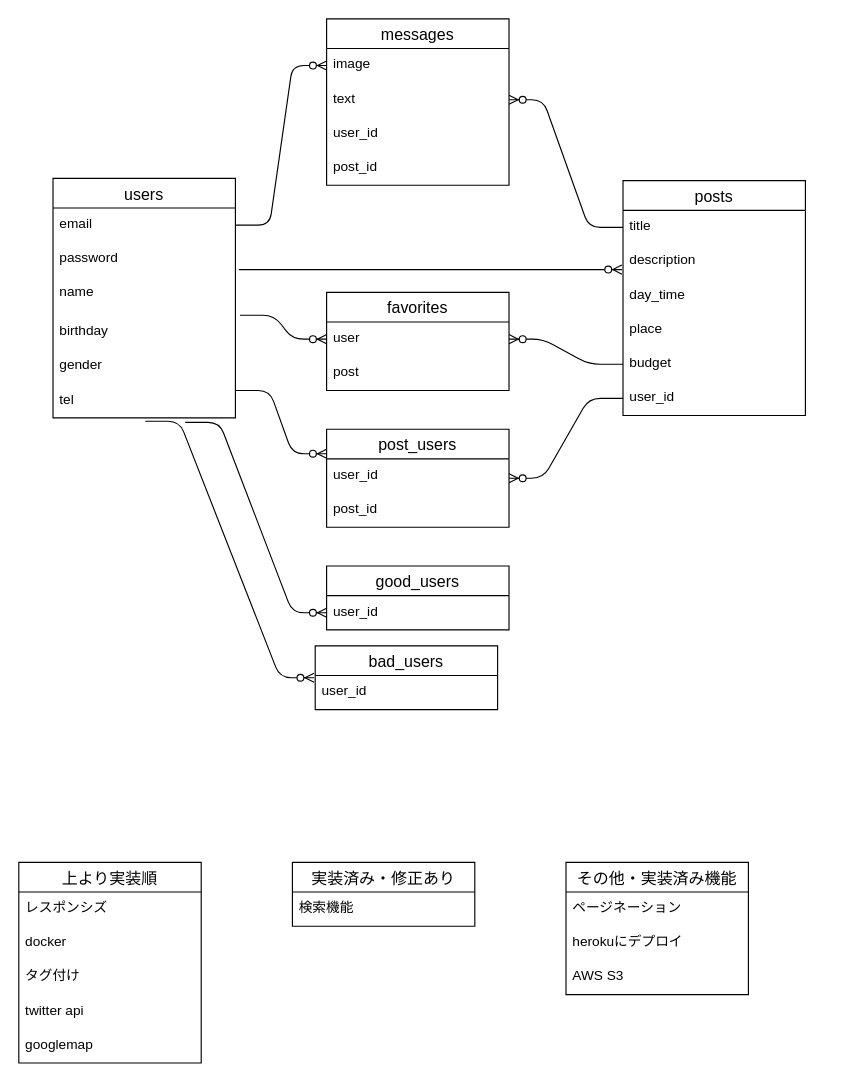
Before: oriapp2.dio in koyama1058/oriapp, a draw.io diagram. Source tidied: cells renumbered, new cells numbered last; positions are measured from the earlier drawing's top-left corner, leaving out a move shared by most shapes. Both pictures are drawn from the tidied source at 114%, with x=0, y=0 at pixel (18, 18).
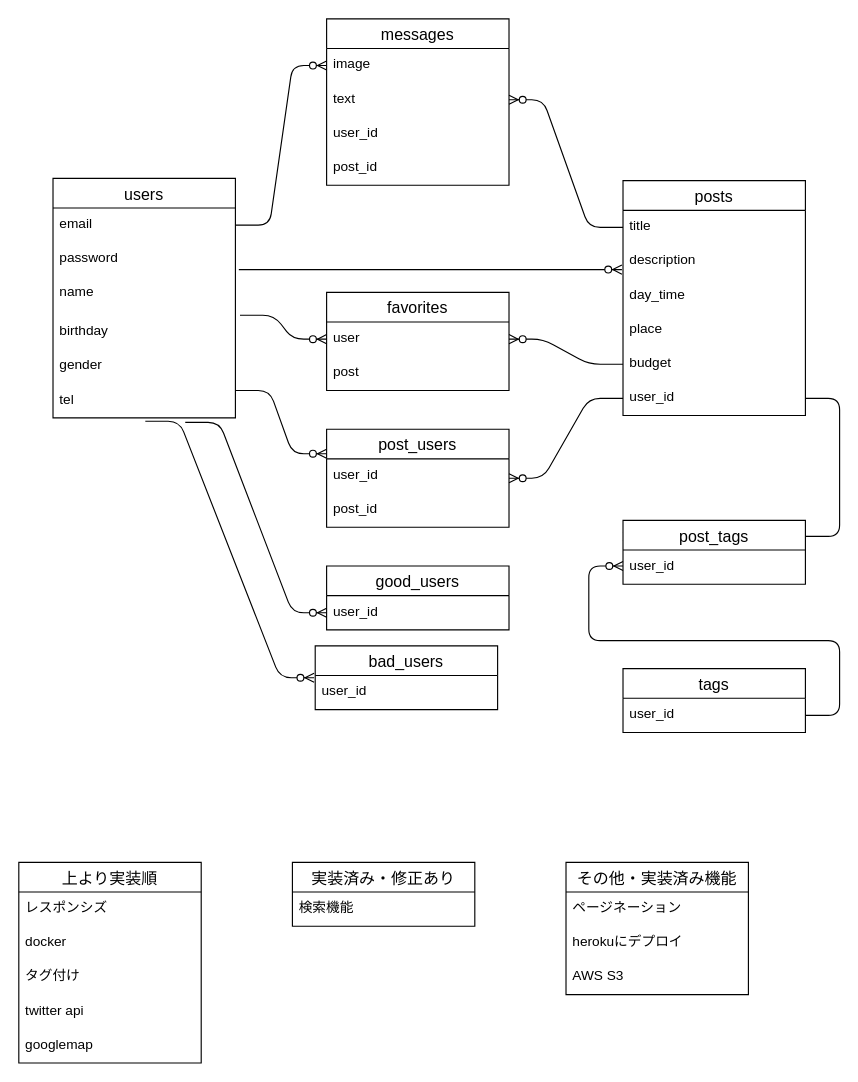
The same page after the edit.

Unchanged cells that the change refers to:
```xml
<mxCell id="28" value="user_id&#10;" style="text;strokeColor=none;fillColor=none;spacingLeft=4;spacingRight=4;overflow=hidden;points=[[0,0.5],[1,0.5]];portConstraint=eastwest;fontSize=12;" parent="22" vertex="1">
  <mxGeometry y="176" width="160" height="30" as="geometry" />
</mxCell>
```

Change to the diagram source:
```diff
@@
+    <mxCell id="52" style="edgeStyle=entityRelationEdgeStyle;fontSize=12;html=1;endArrow=ERzeroToMany;endFill=1;entryX=0;entryY=0.25;entryDx=0;entryDy=0;" parent="1" edge="1" source="28" target="53">
+      <mxGeometry relative="1" as="geometry" />
+    </mxCell>
+    <mxCell id="53" value="post_tags" style="swimlane;fontStyle=0;horizontal=1;startSize=26;align=center;fontSize=14;" parent="1" vertex="1">
+      <mxGeometry x="530" y="440" width="160" height="56" as="geometry" />
+    </mxCell>
+    <mxCell id="54" value="user_id" style="text;strokeColor=none;fillColor=none;spacingLeft=4;spacingRight=4;overflow=hidden;fontSize=12;" parent="53" vertex="1">
+      <mxGeometry y="26" width="160" height="30" as="geometry" />
+    </mxCell>
+    <mxCell id="55" style="edgeStyle=entityRelationEdgeStyle;fontSize=12;html=1;endArrow=ERzeroToMany;endFill=1;exitX=1;exitY=0.5;exitDx=0;exitDy=0;" parent="53" edge="1" source="57">
+      <mxGeometry relative="1" as="geometry">
+        <mxPoint y="40" as="targetPoint" />
+      </mxGeometry>
+    </mxCell>
+    <mxCell id="56" value="tags" style="swimlane;fontStyle=0;horizontal=1;startSize=26;align=center;fontSize=14;" parent="1" vertex="1">
+      <mxGeometry x="530" y="570" width="160" height="56" as="geometry" />
+    </mxCell>
+    <mxCell id="57" value="user_id" style="text;strokeColor=none;fillColor=none;spacingLeft=4;spacingRight=4;overflow=hidden;points=[[0,0.5],[1,0.5]];portConstraint=eastwest;fontSize=12;" parent="56" vertex="1">
+      <mxGeometry y="26" width="160" height="30" as="geometry" />
+    </mxCell>
```
